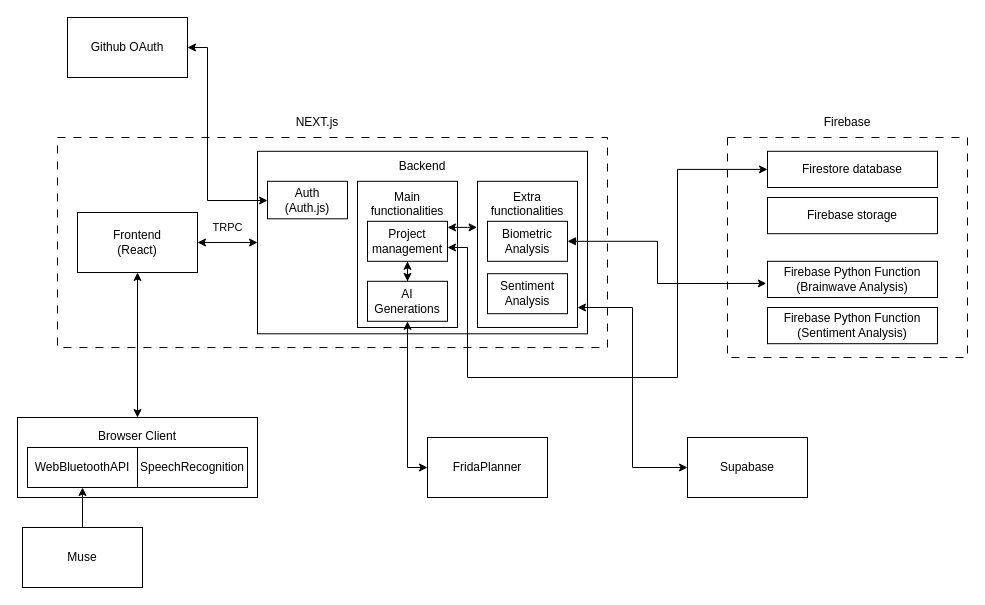
This is architecture.drawio from Apantli/Tenor, a draw.io file, before an edit. Source tidied: cells renumbered, new cells numbered last; positions are measured from the earlier drawing's top-left corner, leaving out a move shared by most shapes. Both pictures are drawn from the tidied source at 100%, with x=0, y=0 at pixel (17, 17).
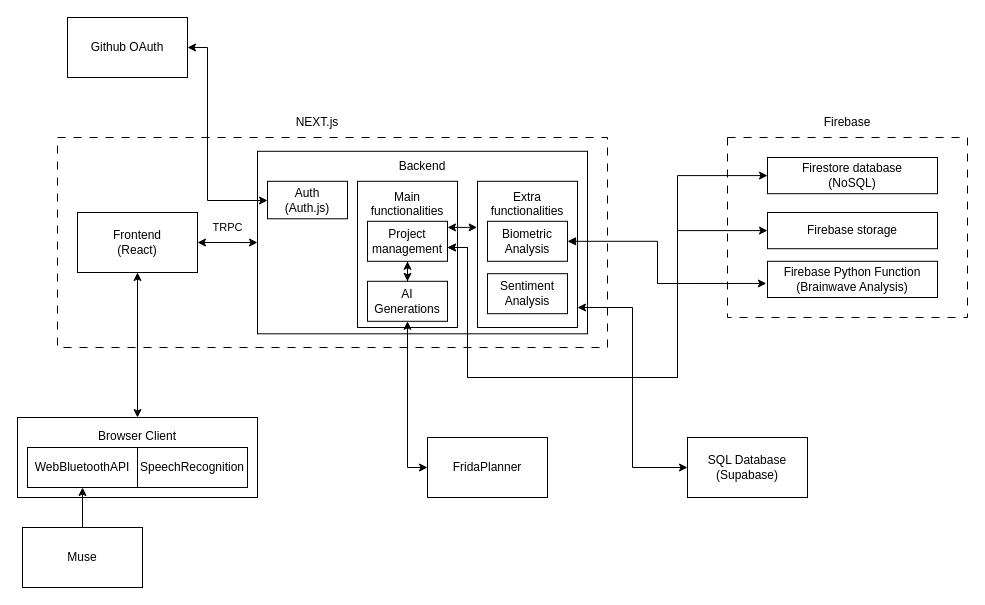
The same diagram, later.

Unchanged cells that the change refers to:
```xml
<mxCell id="18" value="Project management" style="rounded=0;whiteSpace=wrap;html=1;" parent="1" vertex="1">
  <mxGeometry x="350" y="203.8" width="80" height="40" as="geometry" />
</mxCell>
```

What changed in the source:
```diff
@@
     <mxCell id="2" style="rounded=0;whiteSpace=wrap;html=1;fillColor=none;dashed=1;dashPattern=8 8;" parent="1" vertex="1">
-      <mxGeometry x="710" y="120" width="240" height="220" as="geometry" />
+      <mxGeometry x="710" y="120" width="240" height="180" as="geometry" />
     </mxCell>
@@
     <mxCell id="16" style="edgeStyle=orthogonalEdgeStyle;rounded=0;jettySize=auto;html=1;entryX=0;entryY=0.5;entryDx=0;entryDy=0;startArrow=classic;startFill=1;" parent="1" edge="1" source="18" target="28">
       <mxGeometry relative="1" as="geometry">
         <Array as="points">
           <mxPoint x="450" y="230" />
           <mxPoint x="450" y="360" />
           <mxPoint x="660" y="360" />
-          <mxPoint x="660" y="152" />
+          <mxPoint x="660" y="158" />
         </Array>
       </mxGeometry>
     </mxCell>
@@
-    <mxCell id="28" value="Firestore database" style="rounded=0;whiteSpace=wrap;html=1;" parent="1" vertex="1">
-      <mxGeometry x="750" y="133.8" width="170" height="36.2" as="geometry" />
+    <mxCell id="28" value="Firestore database&lt;div&gt;(NoSQL)&lt;/div&gt;" style="rounded=0;whiteSpace=wrap;html=1;" parent="1" vertex="1">
+      <mxGeometry x="750" y="140" width="170" height="36.2" as="geometry" />
     </mxCell>
-    <mxCell id="29" value="Firebase Python Function&lt;div&gt;(Sentiment Analysis)&lt;/div&gt;" style="rounded=0;whiteSpace=wrap;html=1;" parent="1" vertex="1">
-      <mxGeometry x="750" y="290" width="170" height="36.2" as="geometry" />
-    </mxCell>
     <mxCell id="30" value="Firebase storage" style="rounded=0;whiteSpace=wrap;html=1;" parent="1" vertex="1">
-      <mxGeometry x="750" y="180" width="170" height="36.2" as="geometry" />
+      <mxGeometry x="750" y="195" width="170" height="36.2" as="geometry" />
     </mxCell>
@@
-    <mxCell id="35" value="Supabase" style="rounded=0;whiteSpace=wrap;html=1;" parent="1" vertex="1">
+    <mxCell id="35" value="SQL Database&lt;div&gt;(Supabase)&lt;/div&gt;" style="rounded=0;whiteSpace=wrap;html=1;" parent="1" vertex="1">
       <mxGeometry x="670" y="420" width="120" height="60" as="geometry" />
     </mxCell>
@@
+    <mxCell id="37" style="edgeStyle=orthogonalEdgeStyle;rounded=0;jettySize=auto;html=1;entryX=0;entryY=0.5;entryDx=0;entryDy=0;startArrow=classic;startFill=1;" parent="1" edge="1" source="18" target="30">
+      <mxGeometry relative="1" as="geometry">
+        <Array as="points">
+          <mxPoint x="450" y="230" />
+          <mxPoint x="450" y="360" />
+          <mxPoint x="660" y="360" />
+          <mxPoint x="660" y="213" />
+        </Array>
+      </mxGeometry>
+    </mxCell>
```
